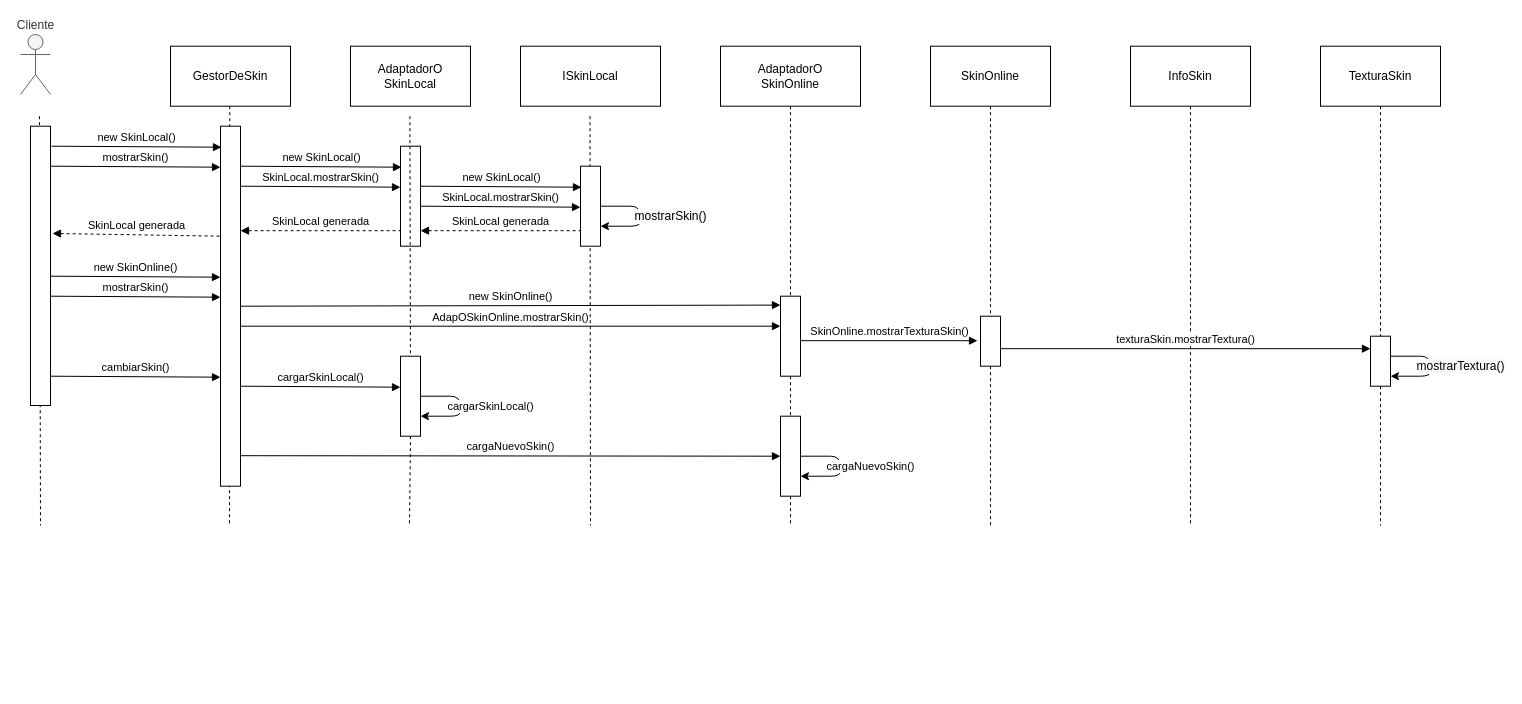
The draw.io diagram 4-Patron/diagramas/4DiagramaSecuencia.drawio in TanZng/patrones-combinados, before the edit. Source tidied: cells renumbered, new cells numbered last; positions are measured from the earlier drawing's top-left corner, leaving out a move shared by most shapes. Both pictures are drawn from the tidied source at 100%, with x=0, y=0 at pixel (20, 34).
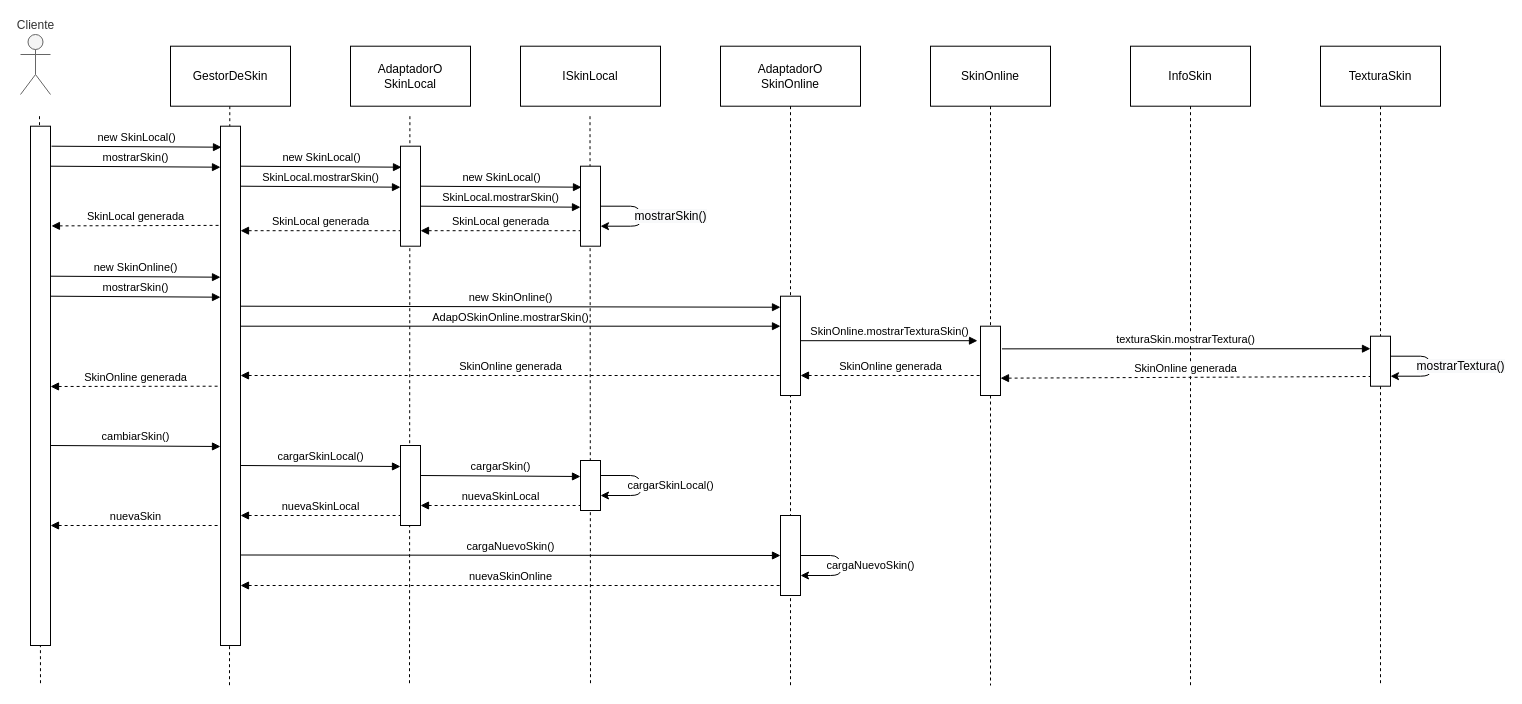
After the change.

Commit message (it also covers changes not shown here):
Diagramas patrón 4 corregido

The change refers to these unchanged cells:
```xml
<mxCell id="6" value="AdaptadorO&lt;br&gt;SkinOnline" style="rounded=0;whiteSpace=wrap;html=1;" parent="1" vertex="1">
  <mxGeometry x="700" y="11.7" width="140" height="60" as="geometry" />
</mxCell>
<mxCell id="9" value="InfoSkin" style="rounded=0;whiteSpace=wrap;html=1;" parent="1" vertex="1">
  <mxGeometry x="1110" y="11.7" width="120" height="60" as="geometry" />
</mxCell>
<mxCell id="43" style="rounded=0;whiteSpace=wrap;html=1;" parent="1" vertex="1">
  <mxGeometry x="1350" y="301.7" width="20" height="50" as="geometry" />
</mxCell>
```

Diff of the diagram source:
```diff
@@
+    <mxCell id="54" style="rounded=0;orthogonalLoop=1;jettySize=auto;html=1;exitX=0.5;exitY=1;exitDx=0;exitDy=0;dashed=1;endArrow=none;endFill=0;" parent="1" edge="1">
+      <mxGeometry relative="1" as="geometry">
+        <mxPoint x="569.5" y="81.7" as="sourcePoint" />
+        <mxPoint x="570" y="651" as="targetPoint" />
+      </mxGeometry>
+    </mxCell>
+    <mxCell id="15" style="rounded=0;orthogonalLoop=1;jettySize=auto;html=1;exitX=0.5;exitY=1;exitDx=0;exitDy=0;dashed=1;endArrow=none;endFill=0;" parent="1" edge="1">
+      <mxGeometry relative="1" as="geometry">
+        <mxPoint x="209.3" y="71.7" as="sourcePoint" />
+        <mxPoint x="209" y="651" as="targetPoint" />
+      </mxGeometry>
+    </mxCell>
     <mxCell id="2" style="rounded=0;orthogonalLoop=1;jettySize=auto;html=1;endArrow=none;endFill=0;dashed=1;" parent="1" edge="1">
       <mxGeometry relative="1" as="geometry">
         <mxPoint x="19" y="81.7" as="sourcePoint" />
-        <mxPoint x="20" y="491" as="targetPoint" />
+        <mxPoint x="20" y="651" as="targetPoint" />
       </mxGeometry>
     </mxCell>
@@
     <mxCell id="7" style="edgeStyle=orthogonalEdgeStyle;rounded=0;jettySize=auto;html=1;exitX=0.5;exitY=1;exitDx=0;exitDy=0;dashed=1;endArrow=none;endFill=0;startArrow=none;" parent="1" edge="1" source="39">
       <mxGeometry relative="1" as="geometry">
-        <mxPoint x="970" y="491" as="targetPoint" />
+        <mxPoint x="970" y="651" as="targetPoint" />
       </mxGeometry>
     </mxCell>
@@
-    <mxCell id="13" style="rounded=0;orthogonalLoop=1;jettySize=auto;html=1;exitX=0.5;exitY=1;exitDx=0;exitDy=0;dashed=1;endArrow=none;endFill=0;" parent="1" edge="1">
-      <mxGeometry relative="1" as="geometry">
-        <mxPoint x="569.5" y="81.7" as="sourcePoint" />
-        <mxPoint x="570" y="491" as="targetPoint" />
-      </mxGeometry>
-    </mxCell>
@@
-    <mxCell id="15" style="rounded=0;orthogonalLoop=1;jettySize=auto;html=1;exitX=0.5;exitY=1;exitDx=0;exitDy=0;dashed=1;endArrow=none;endFill=0;" parent="1" edge="1">
-      <mxGeometry relative="1" as="geometry">
-        <mxPoint x="209.3" y="71.7" as="sourcePoint" />
-        <mxPoint x="209" y="491" as="targetPoint" />
-      </mxGeometry>
-    </mxCell>
     <mxCell id="16" style="rounded=0;whiteSpace=wrap;html=1;" parent="1" vertex="1">
-      <mxGeometry x="10" y="91.7" width="20" height="279.3" as="geometry" />
+      <mxGeometry x="10" y="91.7" width="20" height="519.3" as="geometry" />
     </mxCell>
-    <mxCell id="17" style="rounded=0;whiteSpace=wrap;html=1;" parent="1" vertex="1">
-      <mxGeometry x="200" y="91.7" width="20" height="360" as="geometry" />
-    </mxCell>
-    <mxCell id="18" style="rounded=0;whiteSpace=wrap;html=1;" parent="1" vertex="1">
-      <mxGeometry x="380" y="111.7" width="20" height="100" as="geometry" />
-    </mxCell>
@@
     <mxCell id="20" style="rounded=0;jettySize=auto;html=1;exitX=0.5;exitY=1;exitDx=0;exitDy=0;dashed=1;endArrow=none;endFill=0;" parent="1" edge="1" source="9">
       <mxGeometry relative="1" as="geometry">
-        <mxPoint x="1170" y="491" as="targetPoint" />
+        <mxPoint x="1170" y="651" as="targetPoint" />
       </mxGeometry>
     </mxCell>
@@
-    <mxCell id="29" value="SkinLocal generada" style="endArrow=none;html=1;endFill=0;labelPosition=center;verticalLabelPosition=top;align=center;verticalAlign=bottom;startArrow=block;startFill=1;dashed=1;exitX=1.1;exitY=0.384;exitDx=0;exitDy=0;exitPerimeter=0;" parent="1" edge="1" source="16">
-      <mxGeometry relative="1" as="geometry">
-        <mxPoint x="200" y="201.7" as="targetPoint" />
-      </mxGeometry>
+    <mxCell id="29" value="SkinLocal generada" style="endArrow=none;html=1;endFill=0;labelPosition=center;verticalLabelPosition=top;align=center;verticalAlign=bottom;startArrow=block;startFill=1;dashed=1;exitX=1.047;exitY=0.192;exitDx=0;exitDy=0;exitPerimeter=0;entryX=-0.077;entryY=0.191;entryDx=0;entryDy=0;entryPerimeter=0;" parent="1" edge="1" source="16" target="17">
+      <mxGeometry relative="1" as="geometry" />
     </mxCell>
@@
-    <mxCell id="33" style="rounded=0;whiteSpace=wrap;html=1;" parent="1" vertex="1">
-      <mxGeometry x="760" y="261.7" width="20" height="80" as="geometry" />
-    </mxCell>
-    <mxCell id="34" style="rounded=0;jettySize=auto;html=1;exitX=0.5;exitY=1;exitDx=0;exitDy=0;dashed=1;endArrow=none;endFill=0;" parent="1" edge="1" source="6" target="33">
-      <mxGeometry relative="1" as="geometry" />
+    <mxCell id="34" style="rounded=0;jettySize=auto;html=1;exitX=0.5;exitY=1;exitDx=0;exitDy=0;dashed=1;endArrow=none;endFill=0;" parent="1" edge="1" source="6">
+      <mxGeometry relative="1" as="geometry">
+        <mxPoint x="770" y="651" as="targetPoint" />
+      </mxGeometry>
     </mxCell>
@@
     <mxCell id="37" style="rounded=0;jettySize=auto;html=1;exitX=0.5;exitY=1;exitDx=0;exitDy=0;dashed=1;endArrow=none;endFill=0;startArrow=none;" parent="1" edge="1" source="43">
       <mxGeometry relative="1" as="geometry">
-        <mxPoint x="1360" y="491" as="targetPoint" />
+        <mxPoint x="1360" y="651" as="targetPoint" />
       </mxGeometry>
     </mxCell>
@@
     <mxCell id="39" style="rounded=0;whiteSpace=wrap;html=1;" parent="1" vertex="1">
-      <mxGeometry x="960" y="281.7" width="20" height="50" as="geometry" />
+      <mxGeometry x="960" y="291.7" width="20" height="69.3" as="geometry" />
     </mxCell>
@@
-    <mxCell id="41" value="&lt;font face=&quot;helvetica&quot;&gt;texturaSkin.mostrarTextura()&lt;/font&gt;" style="endArrow=block;html=1;endFill=1;labelPosition=center;verticalLabelPosition=top;align=center;verticalAlign=bottom;entryX=0;entryY=0.25;entryDx=0;entryDy=0;exitX=1;exitY=0.65;exitDx=0;exitDy=0;exitPerimeter=0;" parent="1" edge="1" source="39" target="43">
+    <mxCell id="41" value="&lt;font face=&quot;helvetica&quot;&gt;texturaSkin.mostrarTextura()&lt;/font&gt;" style="endArrow=block;html=1;endFill=1;labelPosition=center;verticalLabelPosition=top;align=center;verticalAlign=bottom;entryX=0;entryY=0.25;entryDx=0;entryDy=0;exitX=1.074;exitY=0.327;exitDx=0;exitDy=0;exitPerimeter=0;" parent="1" edge="1" source="39" target="43">
       <mxGeometry relative="1" as="geometry" />
     </mxCell>
@@
     <mxCell id="45" value="&lt;font face=&quot;helvetica&quot;&gt;cambiarSkin()&lt;/font&gt;" style="endArrow=block;html=1;endFill=1;labelPosition=center;verticalLabelPosition=top;align=center;verticalAlign=bottom;entryX=0;entryY=0.042;entryDx=0;entryDy=0;entryPerimeter=0;" parent="1" edge="1">
       <mxGeometry relative="1" as="geometry">
-        <mxPoint x="30" y="341.7" as="sourcePoint" />
-        <mxPoint x="200" y="342.7" as="targetPoint" />
+        <mxPoint x="30" y="411" as="sourcePoint" />
+        <mxPoint x="200" y="412" as="targetPoint" />
       </mxGeometry>
     </mxCell>
-    <mxCell id="46" style="rounded=0;whiteSpace=wrap;html=1;" parent="1" vertex="1">
-      <mxGeometry x="380" y="321.7" width="20" height="80" as="geometry" />
-    </mxCell>
-    <mxCell id="47" style="rounded=0;jettySize=auto;html=1;exitX=0.5;exitY=1;exitDx=0;exitDy=0;dashed=1;endArrow=none;endFill=0;" parent="1" edge="1" target="46">
+    <mxCell id="47" style="rounded=0;orthogonalLoop=1;jettySize=auto;html=1;exitX=0.5;exitY=1;exitDx=0;exitDy=0;dashed=1;endArrow=none;endFill=0;" parent="1" edge="1">
       <mxGeometry relative="1" as="geometry">
         <mxPoint x="389.4" y="81.7" as="sourcePoint" />
+        <mxPoint x="389" y="651" as="targetPoint" />
       </mxGeometry>
     </mxCell>
     <mxCell id="48" style="rounded=0;whiteSpace=wrap;html=1;" parent="1" vertex="1">
-      <mxGeometry x="760" y="381.7" width="20" height="80" as="geometry" />
+      <mxGeometry x="760" y="481" width="20" height="80" as="geometry" />
     </mxCell>
-    <mxCell id="49" style="rounded=0;jettySize=auto;html=1;exitX=0.5;exitY=1;exitDx=0;exitDy=0;dashed=1;endArrow=none;endFill=0;startArrow=none;" parent="1" edge="1" source="33" target="48">
-      <mxGeometry relative="1" as="geometry" />
-    </mxCell>
     <mxCell id="50" value="&lt;font face=&quot;helvetica&quot;&gt;cargarSkinLocal()&lt;/font&gt;" style="endArrow=block;html=1;endFill=1;labelPosition=center;verticalLabelPosition=top;align=center;verticalAlign=bottom;" parent="1" edge="1">
       <mxGeometry relative="1" as="geometry">
-        <mxPoint x="220" y="351.7" as="sourcePoint" />
-        <mxPoint x="380" y="352.7" as="targetPoint" />
+        <mxPoint x="220" y="431" as="sourcePoint" />
+        <mxPoint x="380" y="432" as="targetPoint" />
       </mxGeometry>
     </mxCell>
     <mxCell id="51" value="&lt;span style=&quot;font-family: &amp;#34;helvetica&amp;#34;&quot;&gt;cargarSkinLocal()&lt;/span&gt;" style="endArrow=classic;html=1;exitX=1;exitY=0.5;exitDx=0;exitDy=0;entryX=1;entryY=0.75;entryDx=0;entryDy=0;fillColor=none;" parent="1" edge="1">
       <mxGeometry y="30" relative="1" as="geometry">
-        <mxPoint x="400" y="361.7" as="sourcePoint" />
-        <mxPoint x="400" y="381.7" as="targetPoint" />
+        <mxPoint x="580" y="441" as="sourcePoint" />
+        <mxPoint x="580" y="461" as="targetPoint" />
         <Array as="points">
-          <mxPoint x="440" y="361.7" />
-          <mxPoint x="440" y="381.7" />
+          <mxPoint x="620" y="441" />
+          <mxPoint x="620" y="461" />
         </Array>
       </mxGeometry>
     </mxCell>
     <mxCell id="52" value="&lt;font face=&quot;helvetica&quot;&gt;cargaNuevoSkin()&lt;/font&gt;" style="endArrow=block;html=1;endFill=1;labelPosition=center;verticalLabelPosition=top;align=center;verticalAlign=bottom;entryX=0;entryY=0.5;entryDx=0;entryDy=0;" parent="1" edge="1" target="48">
       <mxGeometry relative="1" as="geometry">
-        <mxPoint x="220" y="421.2" as="sourcePoint" />
+        <mxPoint x="220" y="520.5" as="sourcePoint" />
       </mxGeometry>
     </mxCell>
     <mxCell id="53" value="&lt;span style=&quot;font-family: &amp;#34;helvetica&amp;#34;&quot;&gt;cargaNuevoSkin()&lt;/span&gt;" style="endArrow=classic;html=1;exitX=1;exitY=0.5;exitDx=0;exitDy=0;entryX=1;entryY=0.75;entryDx=0;entryDy=0;fillColor=none;" parent="1" edge="1">
       <mxGeometry y="30" relative="1" as="geometry">
-        <mxPoint x="780" y="421.7" as="sourcePoint" />
-        <mxPoint x="780" y="441.7" as="targetPoint" />
+        <mxPoint x="780" y="521" as="sourcePoint" />
+        <mxPoint x="780" y="541" as="targetPoint" />
         <Array as="points">
-          <mxPoint x="820" y="421.7" />
-          <mxPoint x="820" y="441.7" />
+          <mxPoint x="820" y="521" />
+          <mxPoint x="820" y="541" />
         </Array>
       </mxGeometry>
     </mxCell>
+    <mxCell id="55" value="SkinOnline generada" style="endArrow=none;html=1;endFill=0;labelPosition=center;verticalLabelPosition=top;align=center;verticalAlign=bottom;startArrow=block;startFill=1;dashed=1;exitX=1;exitY=0.75;exitDx=0;exitDy=0;" parent="1" edge="1" source="39">
+      <mxGeometry relative="1" as="geometry">
+        <mxPoint x="1350" y="342" as="targetPoint" />
+      </mxGeometry>
+    </mxCell>
+    <mxCell id="56" value="SkinOnline generada" style="endArrow=none;html=1;endFill=0;labelPosition=center;verticalLabelPosition=top;align=center;verticalAlign=bottom;startArrow=block;startFill=1;dashed=1;" parent="1" edge="1">
+      <mxGeometry relative="1" as="geometry">
+        <mxPoint x="780" y="341" as="sourcePoint" />
+        <mxPoint x="960" y="341" as="targetPoint" />
+      </mxGeometry>
+    </mxCell>
+    <mxCell id="57" value="SkinOnline generada" style="endArrow=none;html=1;endFill=0;labelPosition=center;verticalLabelPosition=top;align=center;verticalAlign=bottom;startArrow=block;startFill=1;dashed=1;" parent="1" edge="1">
+      <mxGeometry relative="1" as="geometry">
+        <mxPoint x="220" y="341" as="sourcePoint" />
+        <mxPoint x="760" y="341" as="targetPoint" />
+      </mxGeometry>
+    </mxCell>
+    <mxCell id="58" value="SkinOnline generada" style="endArrow=none;html=1;endFill=0;labelPosition=center;verticalLabelPosition=top;align=center;verticalAlign=bottom;startArrow=block;startFill=1;dashed=1;" parent="1" edge="1">
+      <mxGeometry relative="1" as="geometry">
+        <mxPoint x="30" y="352" as="sourcePoint" />
+        <mxPoint x="200" y="351.7" as="targetPoint" />
+      </mxGeometry>
+    </mxCell>
+    <mxCell id="18" style="rounded=0;whiteSpace=wrap;html=1;" parent="1" vertex="1">
+      <mxGeometry x="380" y="111.7" width="20" height="100" as="geometry" />
+    </mxCell>
+    <mxCell id="59" style="rounded=0;whiteSpace=wrap;html=1;" parent="1" vertex="1">
+      <mxGeometry x="560" y="426" width="20" height="50" as="geometry" />
+    </mxCell>
+    <mxCell id="60" value="&lt;font face=&quot;helvetica&quot;&gt;cargarSkin()&lt;/font&gt;" style="endArrow=block;html=1;endFill=1;labelPosition=center;verticalLabelPosition=top;align=center;verticalAlign=bottom;" parent="1" edge="1">
+      <mxGeometry relative="1" as="geometry">
+        <mxPoint x="400" y="441" as="sourcePoint" />
+        <mxPoint x="560" y="442" as="targetPoint" />
+      </mxGeometry>
+    </mxCell>
+    <mxCell id="61" value="nuevaSkinLocal" style="endArrow=none;html=1;endFill=0;labelPosition=center;verticalLabelPosition=top;align=center;verticalAlign=bottom;startArrow=block;startFill=1;dashed=1;" parent="1" edge="1">
+      <mxGeometry relative="1" as="geometry">
+        <mxPoint x="400" y="471" as="sourcePoint" />
+        <mxPoint x="560" y="471" as="targetPoint" />
+      </mxGeometry>
+    </mxCell>
+    <mxCell id="62" value="nuevaSkinLocal" style="endArrow=none;html=1;endFill=0;labelPosition=center;verticalLabelPosition=top;align=center;verticalAlign=bottom;startArrow=block;startFill=1;dashed=1;" parent="1" edge="1">
+      <mxGeometry relative="1" as="geometry">
+        <mxPoint x="220" y="481" as="sourcePoint" />
+        <mxPoint x="380" y="481" as="targetPoint" />
+      </mxGeometry>
+    </mxCell>
+    <mxCell id="63" value="nuevaSkin" style="endArrow=none;html=1;endFill=0;labelPosition=center;verticalLabelPosition=top;align=center;verticalAlign=bottom;startArrow=block;startFill=1;dashed=1;" parent="1" edge="1">
+      <mxGeometry relative="1" as="geometry">
+        <mxPoint x="30" y="491" as="sourcePoint" />
+        <mxPoint x="200" y="491" as="targetPoint" />
+      </mxGeometry>
+    </mxCell>
+    <mxCell id="17" style="rounded=0;whiteSpace=wrap;html=1;" parent="1" vertex="1">
+      <mxGeometry x="200" y="91.7" width="20" height="519.3" as="geometry" />
+    </mxCell>
+    <mxCell id="46" style="rounded=0;whiteSpace=wrap;html=1;" parent="1" vertex="1">
+      <mxGeometry x="380" y="411" width="20" height="80" as="geometry" />
+    </mxCell>
+    <mxCell id="33" style="rounded=0;whiteSpace=wrap;html=1;" parent="1" vertex="1">
+      <mxGeometry x="760" y="261.7" width="20" height="99.3" as="geometry" />
+    </mxCell>
+    <mxCell id="64" value="nuevaSkinOnline" style="endArrow=none;html=1;endFill=0;labelPosition=center;verticalLabelPosition=top;align=center;verticalAlign=bottom;startArrow=block;startFill=1;dashed=1;" parent="1" edge="1">
+      <mxGeometry relative="1" as="geometry">
+        <mxPoint x="220" y="551" as="sourcePoint" />
+        <mxPoint x="760" y="551" as="targetPoint" />
+      </mxGeometry>
+    </mxCell>
```
